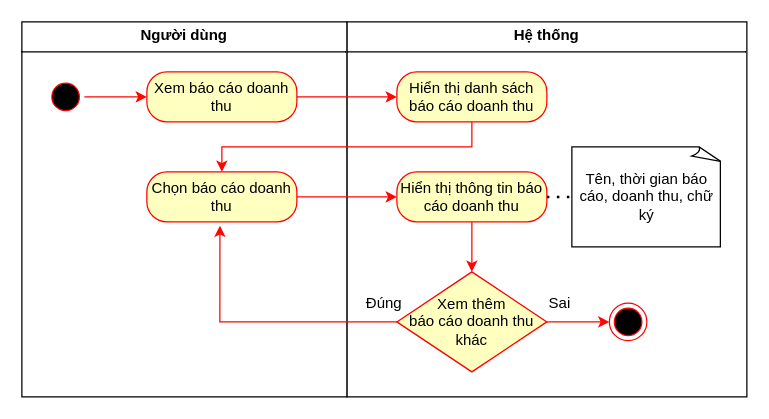
The draw.io diagram Sơ đồ hoạt động UC xem báo cáo doanh thu.drawio in HaojackYT/DAA_SA, before the edit. Source tidied: cells renumbered, new cells numbered last; positions are measured from the earlier drawing's top-left corner, leaving out a move shared by most shapes. Both pictures are drawn from the tidied source at 125%, with x=0, y=0 at pixel (21, 21).
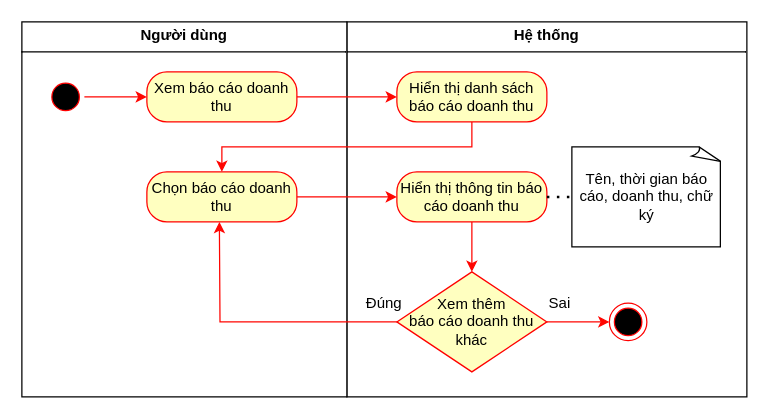
Above is the later version.

Unchanged cells that the change refers to:
```xml
<mxCell id="11" value="Chọn báo cáo doanh thu" style="rounded=1;whiteSpace=wrap;html=1;arcSize=40;fontColor=#000000;fillColor=#ffffc0;strokeColor=#ff0000;" parent="1" vertex="1">
  <mxGeometry x="100" y="120" width="120" height="40" as="geometry" />
</mxCell>
<mxCell id="17" value="Xem thêm&lt;br&gt;báo cáo doanh thu khác" style="rhombus;whiteSpace=wrap;html=1;fontColor=#000000;fillColor=#ffffc0;strokeColor=#FF0000;" parent="1" vertex="1">
  <mxGeometry x="300" y="200" width="120" height="80" as="geometry" />
</mxCell>
```

What changed in the source:
```diff
@@
-    <mxCell id="18" style="edgeStyle=orthogonalEdgeStyle;rounded=0;jettySize=auto;html=1;entryX=0.487;entryY=1.077;entryDx=0;entryDy=0;entryPerimeter=0;strokeColor=#FF0500;" parent="1" edge="1" source="17" target="11">
-      <mxGeometry relative="1" as="geometry" />
+    <mxCell id="18" style="edgeStyle=orthogonalEdgeStyle;rounded=0;jettySize=auto;html=1;strokeColor=#FF0500;" parent="1" edge="1" source="17">
+      <mxGeometry relative="1" as="geometry">
+        <mxPoint x="158" y="160" as="targetPoint" />
+      </mxGeometry>
     </mxCell>
```
